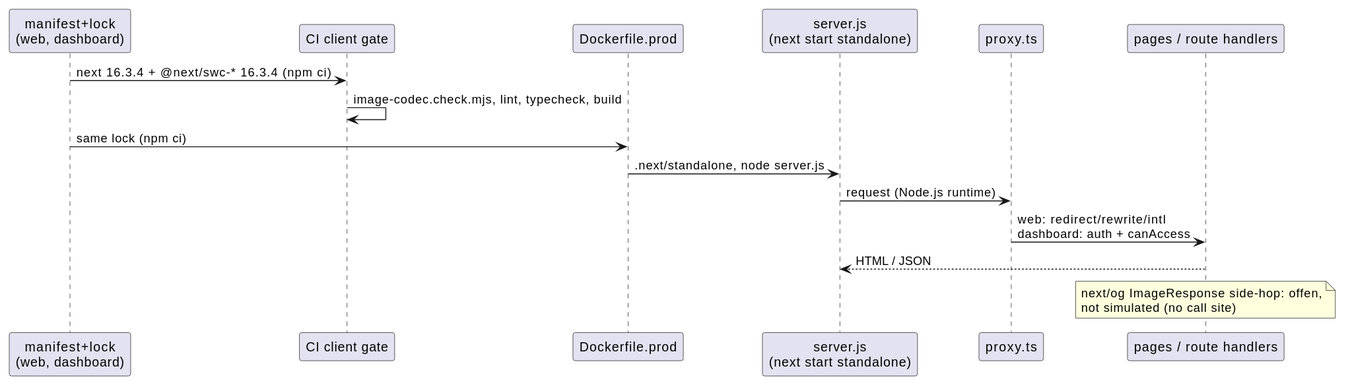
NeaBouli/pnyx keeps this PlantUML diagram as docs/architecture/main-path.svg. Above is the earlier version.
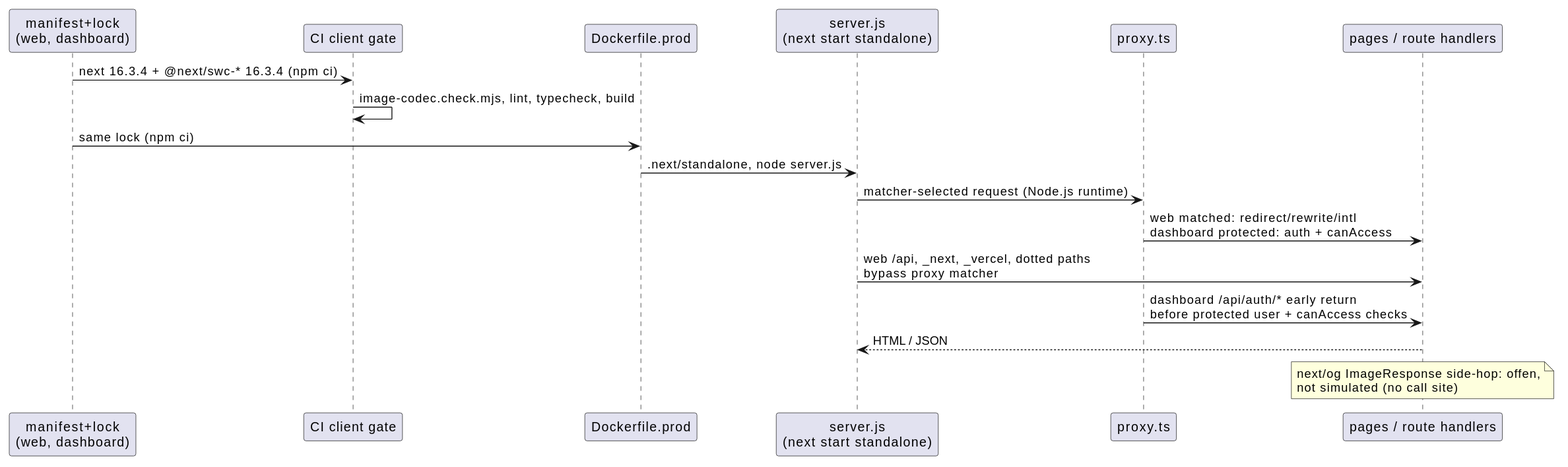
After the change.

Commit message:
docs(architecture): qualify proxy request paths

Diff of the diagram source:
```diff
@@ -10,8 +10,10 @@
 CI -> CI : image-codec.check.mjs, lint, typecheck, build
 L -> D : same lock (npm ci)
 D -> S : .next/standalone, node server.js
-S -> P : request (Node.js runtime)
-P -> R : web: redirect/rewrite/intl\ndashboard: auth + canAccess
+S -> P : matcher-selected request (Node.js runtime)
+P -> R : web matched: redirect/rewrite/intl\ndashboard protected: auth + canAccess
+S -> R : web /api, _next, _vercel, dotted paths\nbypass proxy matcher
+P -> R : dashboard /api/auth/* early return\nbefore protected user + canAccess checks
 R --> S : HTML / JSON
 note over R
   next/og ImageResponse side-hop: offen,
```
